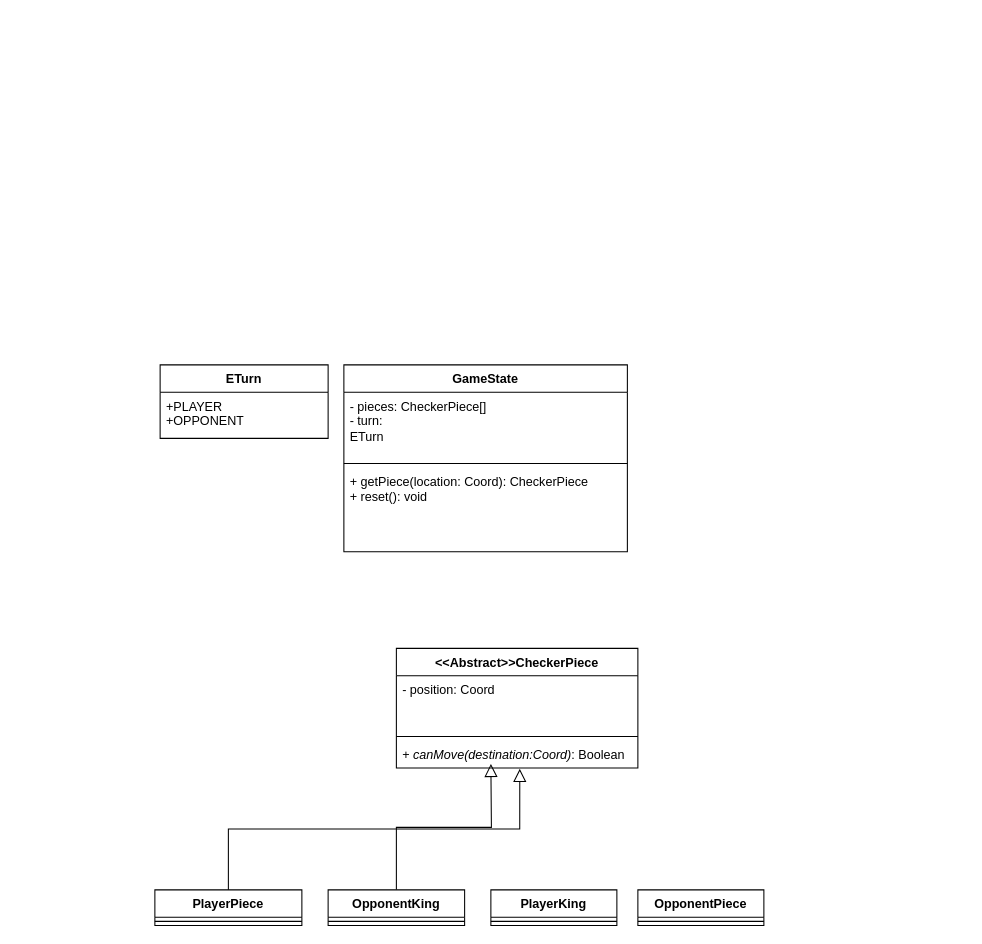
This is Game Logic Team/documentation/checkers/Checkers.drawio from itspavit/GameLibrary, a draw.io file, before an edit. Source tidied: cells renumbered, new cells numbered last; positions are measured from the earlier drawing's top-left corner, leaving out a move shared by most shapes. Both pictures are drawn from the tidied source at 105%, with x=0, y=0 at pixel (154, 364).
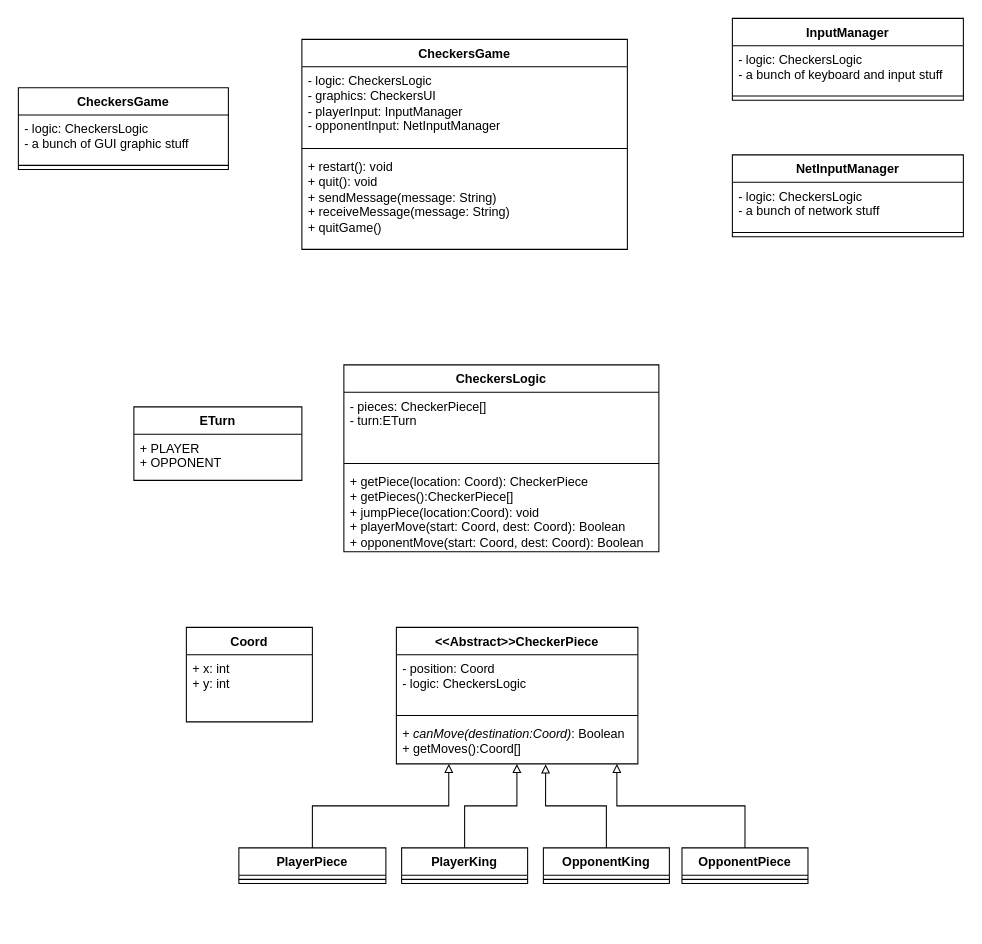
After the change.

Commit message:
added all the classes to uml diagram

The edit, as a diff of the source:
```diff
@@
     <mxCell id="2" value="&amp;lt;&amp;lt;Abstract&amp;gt;&amp;gt;CheckerPiece" style="swimlane;fontStyle=1;align=center;verticalAlign=top;horizontal=1;startSize=26;whiteSpace=wrap;html=1;" parent="1" vertex="1">
-      <mxGeometry x="230" y="270" width="230" height="114" as="geometry" />
+      <mxGeometry x="230" y="250" width="230" height="130" as="geometry" />
     </mxCell>
-    <mxCell id="3" value="- position: Coord" style="text;strokeColor=none;fillColor=none;align=left;verticalAlign=top;spacingLeft=4;spacingRight=4;overflow=hidden;whiteSpace=wrap;html=1;" parent="2" vertex="1">
+    <mxCell id="3" value="&lt;div&gt;- position: Coord&lt;/div&gt;&lt;div&gt;- logic: CheckersLogic&lt;br&gt;&lt;/div&gt;" style="text;strokeColor=none;fillColor=none;align=left;verticalAlign=top;spacingLeft=4;spacingRight=4;overflow=hidden;whiteSpace=wrap;html=1;" parent="2" vertex="1">
       <mxGeometry y="26" width="230" height="54" as="geometry" />
     </mxCell>
@@
-    <mxCell id="5" value="+ &lt;i&gt;canMove(destination:Coord)&lt;/i&gt;: Boolean" style="text;strokeColor=none;fillColor=none;align=left;verticalAlign=top;spacingLeft=4;spacingRight=4;overflow=hidden;points=[[0,0.5],[1,0.5]];portConstraint=eastwest;whiteSpace=wrap;html=1;" parent="2" vertex="1">
-      <mxGeometry y="88" width="230" height="26" as="geometry" />
+    <mxCell id="5" value="&lt;div&gt;+ &lt;i&gt;canMove(destination:Coord)&lt;/i&gt;: Boolean&lt;/div&gt;&lt;div&gt;+ getMoves():Coord[]&lt;br&gt;&lt;/div&gt;" style="text;strokeColor=none;fillColor=none;align=left;verticalAlign=top;spacingLeft=4;spacingRight=4;overflow=hidden;points=[[0,0.5],[1,0.5]];portConstraint=eastwest;whiteSpace=wrap;html=1;" parent="2" vertex="1">
+      <mxGeometry y="88" width="230" height="42" as="geometry" />
     </mxCell>
     <mxCell id="6" value="&lt;div&gt;PlayerPiece&lt;/div&gt;" style="swimlane;fontStyle=1;align=center;verticalAlign=top;horizontal=1;startSize=26;whiteSpace=wrap;html=1;" parent="1" vertex="1">
-      <mxGeometry y="500" width="140" height="34" as="geometry" />
+      <mxGeometry x="80" y="460" width="140" height="34" as="geometry" />
     </mxCell>
@@
     <mxCell id="8" value="&lt;div&gt;PlayerKing&lt;/div&gt;" style="swimlane;fontStyle=1;align=center;verticalAlign=top;horizontal=1;startSize=26;whiteSpace=wrap;html=1;" parent="1" vertex="1">
-      <mxGeometry x="320" y="500" width="120" height="34" as="geometry" />
+      <mxGeometry x="235" y="460" width="120" height="34" as="geometry" />
     </mxCell>
@@
-    <mxCell id="10" style="edgeStyle=orthogonalEdgeStyle;rounded=0;jettySize=auto;html=1;exitX=0.5;exitY=0;exitDx=0;exitDy=0;endArrow=block;endFill=0;startSize=14;endSize=10;" parent="1" edge="1" source="11">
-      <mxGeometry relative="1" as="geometry">
-        <mxPoint x="320" y="380" as="targetPoint" />
-      </mxGeometry>
-    </mxCell>
-    <mxCell id="11" value="OpponentKing" style="swimlane;fontStyle=1;align=center;verticalAlign=top;horizontal=1;startSize=26;whiteSpace=wrap;html=1;" parent="1" vertex="1">
-      <mxGeometry x="165" y="500" width="130" height="34" as="geometry" />
-    </mxCell>
-    <mxCell id="12" style="line;strokeWidth=1;fillColor=none;align=left;verticalAlign=middle;spacingTop=-1;spacingLeft=3;spacingRight=3;labelPosition=right;strokeColor=inherit;" parent="11" vertex="1">
-      <mxGeometry y="26" width="130" height="8" as="geometry" />
-    </mxCell>
     <mxCell id="13" value="&lt;div&gt;OpponentPiece&lt;/div&gt;" style="swimlane;fontStyle=1;align=center;verticalAlign=top;horizontal=1;startSize=26;whiteSpace=wrap;html=1;" parent="1" vertex="1">
-      <mxGeometry x="460" y="500" width="120" height="34" as="geometry" />
+      <mxGeometry x="502" y="460" width="120" height="34" as="geometry" />
     </mxCell>
@@
-    <mxCell id="15" style="edgeStyle=orthogonalEdgeStyle;rounded=0;jettySize=auto;html=1;exitX=0.5;exitY=0;exitDx=0;exitDy=0;entryX=0.511;entryY=1.025;entryDx=0;entryDy=0;entryPerimeter=0;endArrow=block;endFill=0;startSize=14;endSize=10;" parent="1" edge="1" source="6" target="5">
-      <mxGeometry relative="1" as="geometry" />
-    </mxCell>
-    <mxCell id="16" value="GameState" style="swimlane;fontStyle=1;align=center;verticalAlign=top;horizontal=1;startSize=26;whiteSpace=wrap;html=1;" parent="1" vertex="1">
-      <mxGeometry x="180" width="270" height="178" as="geometry" />
+    <mxCell id="16" value="CheckersLogic" style="swimlane;fontStyle=1;align=center;verticalAlign=top;horizontal=1;startSize=26;whiteSpace=wrap;html=1;" parent="1" vertex="1">
+      <mxGeometry x="180" width="300" height="178" as="geometry" />
     </mxCell>
-    <mxCell id="17" value="&lt;div&gt;- pieces: CheckerPiece[]&lt;/div&gt;&lt;div&gt;- turn: &lt;br&gt;&lt;/div&gt;ETurn" style="text;strokeColor=none;fillColor=none;align=left;verticalAlign=top;spacingLeft=4;spacingRight=4;overflow=hidden;whiteSpace=wrap;html=1;" parent="16" vertex="1">
-      <mxGeometry y="26" width="270" height="64" as="geometry" />
+    <mxCell id="17" value="&lt;div&gt;- pieces: CheckerPiece[]&lt;/div&gt;&lt;div&gt;- turn:ETurn&lt;/div&gt;" style="text;strokeColor=none;fillColor=none;align=left;verticalAlign=top;spacingLeft=4;spacingRight=4;overflow=hidden;whiteSpace=wrap;html=1;" parent="16" vertex="1">
+      <mxGeometry y="26" width="300" height="64" as="geometry" />
     </mxCell>
     <mxCell id="18" style="line;strokeWidth=1;fillColor=none;align=left;verticalAlign=middle;spacingTop=-1;spacingLeft=3;spacingRight=3;labelPosition=right;strokeColor=inherit;" parent="16" vertex="1">
-      <mxGeometry y="90" width="270" height="8" as="geometry" />
+      <mxGeometry y="90" width="300" height="8" as="geometry" />
     </mxCell>
-    <mxCell id="19" value="&lt;div&gt;+ getPiece(location: Coord): CheckerPiece&lt;/div&gt;&lt;div&gt;+ reset(): void&lt;br&gt;&lt;/div&gt;" style="text;strokeColor=none;fillColor=none;align=left;verticalAlign=top;spacingLeft=4;spacingRight=4;overflow=hidden;whiteSpace=wrap;html=1;" parent="16" vertex="1">
-      <mxGeometry y="98" width="270" height="80" as="geometry" />
+    <mxCell id="19" value="&lt;div&gt;+ getPiece(location: Coord): CheckerPiece&lt;/div&gt;&lt;div&gt;+ getPieces():CheckerPiece[]&lt;/div&gt;&lt;div&gt;+ jumpPiece(location:Coord): void&lt;/div&gt;&lt;div&gt;&lt;div&gt;+ playerMove(start: Coord, dest: Coord): Boolean&lt;/div&gt;&lt;div&gt;+ opponentMove(start: Coord, dest: Coord): Boolean&lt;/div&gt;&lt;/div&gt;" style="text;strokeColor=none;fillColor=none;align=left;verticalAlign=top;spacingLeft=4;spacingRight=4;overflow=hidden;whiteSpace=wrap;html=1;" parent="16" vertex="1">
+      <mxGeometry y="98" width="300" height="80" as="geometry" />
     </mxCell>
     <mxCell id="20" value="ETurn" style="swimlane;fontStyle=1;align=center;verticalAlign=top;horizontal=1;startSize=26;whiteSpace=wrap;html=1;" parent="1" vertex="1">
-      <mxGeometry x="5" width="160" height="70" as="geometry" />
+      <mxGeometry x="-20" y="40" width="160" height="70" as="geometry" />
     </mxCell>
-    <mxCell id="21" value="&lt;div&gt;+PLAYER&lt;/div&gt;&lt;div&gt;+OPPONENT&lt;br&gt; &lt;/div&gt;" style="text;strokeColor=none;fillColor=none;align=left;verticalAlign=top;spacingLeft=4;spacingRight=4;overflow=hidden;whiteSpace=wrap;html=1;" parent="20" vertex="1">
+    <mxCell id="21" value="&lt;div&gt;+ PLAYER&lt;/div&gt;&lt;div&gt;+ OPPONENT&lt;br&gt; &lt;/div&gt;" style="text;strokeColor=none;fillColor=none;align=left;verticalAlign=top;spacingLeft=4;spacingRight=4;overflow=hidden;whiteSpace=wrap;html=1;" parent="20" vertex="1">
       <mxGeometry y="26" width="160" height="44" as="geometry" />
     </mxCell>
+    <mxCell id="22" value="Coord" style="swimlane;fontStyle=1;align=center;verticalAlign=top;horizontal=1;startSize=26;whiteSpace=wrap;html=1;" parent="1" vertex="1">
+      <mxGeometry x="30" y="250" width="120" height="90" as="geometry" />
+    </mxCell>
+    <mxCell id="23" value="&lt;div&gt;+ x: int&lt;/div&gt;&lt;div&gt;+ y: int&lt;br&gt;&lt;/div&gt;" style="text;strokeColor=none;fillColor=none;align=left;verticalAlign=top;spacingLeft=4;spacingRight=4;overflow=hidden;whiteSpace=wrap;html=1;" parent="22" vertex="1">
+      <mxGeometry y="26" width="120" height="64" as="geometry" />
+    </mxCell>
+    <mxCell id="11" value="OpponentKing" style="swimlane;fontStyle=1;align=center;verticalAlign=top;horizontal=1;startSize=26;whiteSpace=wrap;html=1;" parent="1" vertex="1">
+      <mxGeometry x="370" y="460" width="120" height="34" as="geometry" />
+    </mxCell>
+    <mxCell id="12" style="line;strokeWidth=1;fillColor=none;align=left;verticalAlign=middle;spacingTop=-1;spacingLeft=3;spacingRight=3;labelPosition=right;strokeColor=inherit;" parent="11" vertex="1">
+      <mxGeometry y="26" width="120" height="8" as="geometry" />
+    </mxCell>
+    <mxCell id="24" value="&lt;div&gt;CheckersGame&lt;/div&gt;&lt;div&gt;&lt;br&gt;&lt;/div&gt;" style="swimlane;fontStyle=1;align=center;verticalAlign=top;horizontal=1;startSize=26;whiteSpace=wrap;html=1;" parent="1" vertex="1">
+      <mxGeometry x="140" y="-310" width="310" height="200" as="geometry" />
+    </mxCell>
+    <mxCell id="25" value="&lt;div&gt;- logic: CheckersLogic&lt;/div&gt;&lt;div&gt;- graphics: CheckersUI&lt;/div&gt;&lt;div&gt;- playerInput: InputManager&lt;/div&gt;&lt;div&gt;- opponentInput: NetInputManager&lt;/div&gt;&lt;div&gt;&lt;br&gt;&lt;/div&gt;" style="text;strokeColor=none;fillColor=none;align=left;verticalAlign=top;spacingLeft=4;spacingRight=4;overflow=hidden;whiteSpace=wrap;html=1;" parent="24" vertex="1">
+      <mxGeometry y="26" width="310" height="74" as="geometry" />
+    </mxCell>
+    <mxCell id="26" style="line;strokeWidth=1;fillColor=none;align=left;verticalAlign=middle;spacingTop=-1;spacingLeft=3;spacingRight=3;labelPosition=right;strokeColor=inherit;" parent="24" vertex="1">
+      <mxGeometry y="100" width="310" height="8" as="geometry" />
+    </mxCell>
+    <mxCell id="27" value="&lt;div&gt;+ restart(): void&lt;/div&gt;&lt;div&gt;+ quit(): void&lt;/div&gt;&lt;div&gt;+ sendMessage(message: String)&lt;/div&gt;&lt;div&gt;+ receiveMessage(message: String)&lt;/div&gt;&lt;div&gt;+ quitGame()&lt;br&gt;&lt;/div&gt;&lt;br&gt;&lt;div&gt;&lt;br&gt;&lt;/div&gt;&lt;div&gt;&lt;br&gt;&lt;/div&gt;&lt;div&gt;&lt;br&gt;&lt;/div&gt;" style="text;strokeColor=none;fillColor=none;align=left;verticalAlign=top;spacingLeft=4;spacingRight=4;overflow=hidden;whiteSpace=wrap;html=1;" parent="24" vertex="1">
+      <mxGeometry y="108" width="310" height="92" as="geometry" />
+    </mxCell>
+    <mxCell id="28" value="InputManager" style="swimlane;fontStyle=1;align=center;verticalAlign=top;horizontal=1;startSize=26;whiteSpace=wrap;html=1;" parent="1" vertex="1">
+      <mxGeometry x="550" y="-330" width="220" height="78" as="geometry" />
+    </mxCell>
+    <mxCell id="29" value="&lt;div&gt;- logic: CheckersLogic&lt;/div&gt;&lt;div&gt;&lt;div&gt;- a bunch of keyboard and input stuff&lt;/div&gt;&lt;/div&gt;" style="text;strokeColor=none;fillColor=none;align=left;verticalAlign=top;spacingLeft=4;spacingRight=4;overflow=hidden;whiteSpace=wrap;html=1;" parent="28" vertex="1">
+      <mxGeometry y="26" width="220" height="44" as="geometry" />
+    </mxCell>
+    <mxCell id="30" style="line;strokeWidth=1;fillColor=none;align=left;verticalAlign=middle;spacingTop=-1;spacingLeft=3;spacingRight=3;labelPosition=right;strokeColor=inherit;" parent="28" vertex="1">
+      <mxGeometry y="70" width="220" height="8" as="geometry" />
+    </mxCell>
+    <mxCell id="31" value="NetInputManager" style="swimlane;fontStyle=1;align=center;verticalAlign=top;horizontal=1;startSize=26;whiteSpace=wrap;html=1;" parent="1" vertex="1">
+      <mxGeometry x="550" y="-200" width="220" height="78" as="geometry" />
+    </mxCell>
+    <mxCell id="32" value="&lt;div&gt;- logic: CheckersLogic&lt;/div&gt;&lt;div&gt;&lt;div&gt;- a bunch of network stuff&lt;br&gt;&lt;/div&gt;&lt;/div&gt;" style="text;strokeColor=none;fillColor=none;align=left;verticalAlign=top;spacingLeft=4;spacingRight=4;overflow=hidden;whiteSpace=wrap;html=1;" parent="31" vertex="1">
+      <mxGeometry y="26" width="220" height="44" as="geometry" />
+    </mxCell>
+    <mxCell id="33" style="line;strokeWidth=1;fillColor=none;align=left;verticalAlign=middle;spacingTop=-1;spacingLeft=3;spacingRight=3;labelPosition=right;strokeColor=inherit;" parent="31" vertex="1">
+      <mxGeometry y="70" width="220" height="8" as="geometry" />
+    </mxCell>
+    <mxCell id="34" value="&lt;div&gt;CheckersGame&lt;/div&gt;&lt;div&gt;&lt;br&gt;&lt;/div&gt;" style="swimlane;fontStyle=1;align=center;verticalAlign=top;horizontal=1;startSize=26;whiteSpace=wrap;html=1;" parent="1" vertex="1">
+      <mxGeometry x="-130" y="-264" width="200" height="78" as="geometry" />
+    </mxCell>
+    <mxCell id="35" value="&lt;div&gt;- logic: CheckersLogic&lt;/div&gt;&lt;div&gt;- a bunch of GUI graphic stuff&lt;br&gt;&lt;/div&gt;" style="text;strokeColor=none;fillColor=none;align=left;verticalAlign=top;spacingLeft=4;spacingRight=4;overflow=hidden;whiteSpace=wrap;html=1;" parent="34" vertex="1">
+      <mxGeometry y="26" width="200" height="44" as="geometry" />
+    </mxCell>
+    <mxCell id="36" style="line;strokeWidth=1;fillColor=none;align=left;verticalAlign=middle;spacingTop=-1;spacingLeft=3;spacingRight=3;labelPosition=right;strokeColor=inherit;" parent="34" vertex="1">
+      <mxGeometry y="70" width="200" height="8" as="geometry" />
+    </mxCell>
+    <mxCell id="15" style="edgeStyle=orthogonalEdgeStyle;rounded=0;jettySize=auto;html=1;exitX=0.5;exitY=0;exitDx=0;exitDy=0;entryX=0.217;entryY=1;entryDx=0;entryDy=0;entryPerimeter=0;endArrow=block;endFill=0;" parent="1" edge="1" source="6" target="5">
+      <mxGeometry relative="1" as="geometry" />
+    </mxCell>
+    <mxCell id="37" style="edgeStyle=orthogonalEdgeStyle;rounded=0;jettySize=auto;html=1;exitX=0.5;exitY=0;exitDx=0;exitDy=0;entryX=0.499;entryY=1.003;entryDx=0;entryDy=0;entryPerimeter=0;endArrow=block;endFill=0;" parent="1" edge="1" source="8" target="5">
+      <mxGeometry relative="1" as="geometry" />
+    </mxCell>
+    <mxCell id="38" style="edgeStyle=orthogonalEdgeStyle;rounded=0;jettySize=auto;html=1;exitX=0.5;exitY=0;exitDx=0;exitDy=0;entryX=0.618;entryY=1.012;entryDx=0;entryDy=0;entryPerimeter=0;endArrow=block;endFill=0;" parent="1" edge="1" source="11" target="5">
+      <mxGeometry relative="1" as="geometry" />
+    </mxCell>
+    <mxCell id="39" style="edgeStyle=orthogonalEdgeStyle;rounded=0;jettySize=auto;html=1;exitX=0.5;exitY=0;exitDx=0;exitDy=0;entryX=0.913;entryY=1;entryDx=0;entryDy=0;entryPerimeter=0;endArrow=block;endFill=0;" parent="1" edge="1" source="13" target="5">
+      <mxGeometry relative="1" as="geometry" />
+    </mxCell>
```
